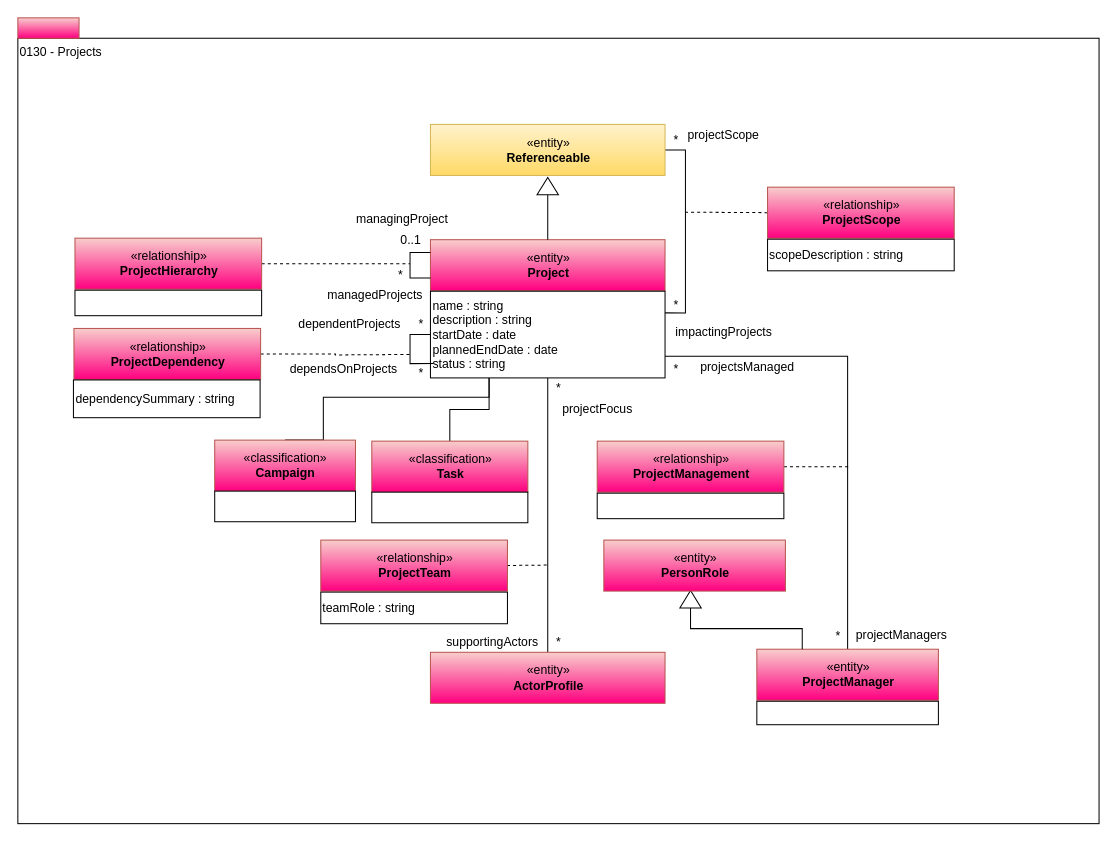
Above: page "0130-Projects" (7 of 13) of open-metadata-publication/website/open-metadata-types/area-1-collaboration.drawio in planetf1/egeria (draw.io), before the change. Source tidied: cells renumbered, new cells numbered last; positions are measured from the earlier drawing's top-left corner, leaving out a move shared by most shapes. Both pictures are drawn from the tidied source at 102%, with x=0, y=0 at pixel (17, 17).
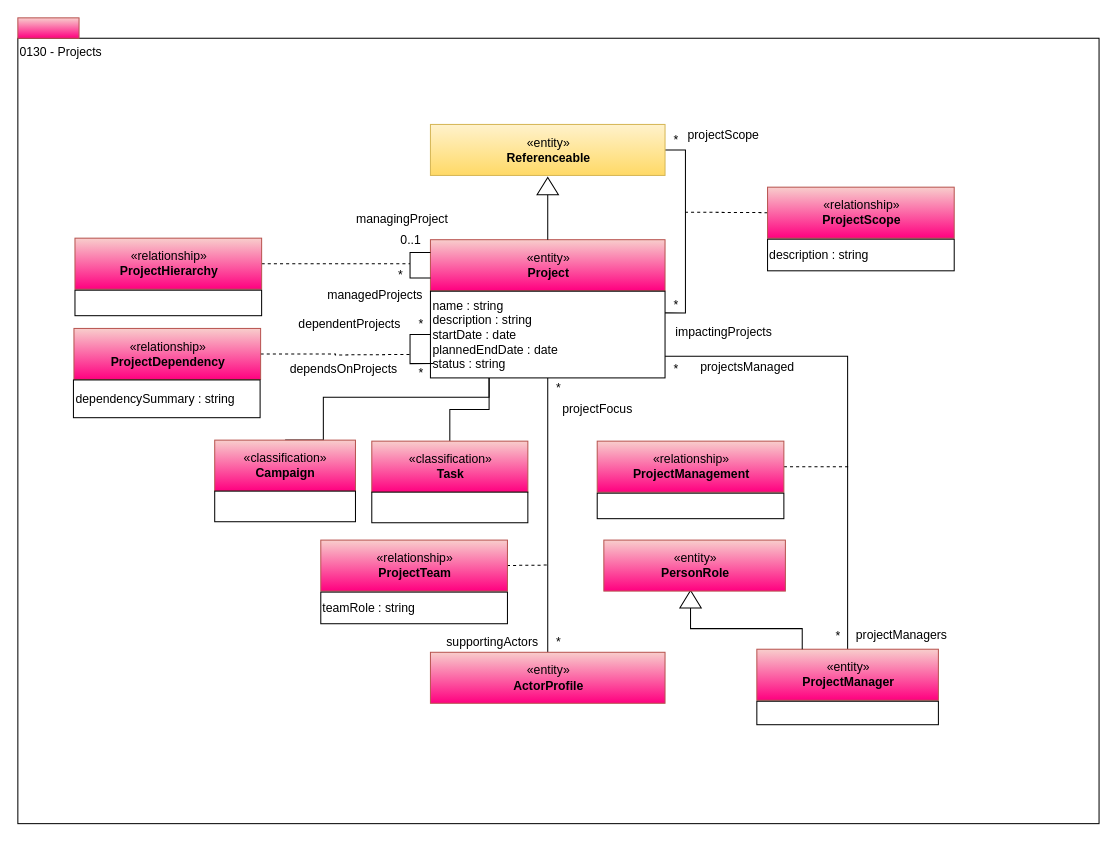
The same diagram, later.

The edit, as a diff of the source:
```diff
@@
-    <mxCell id="19" value="scopeDescription : string" style="rounded=0;whiteSpace=wrap;html=1;strokeColor=#000000;gradientColor=#ffffff;align=left;" parent="1" vertex="1">
+    <mxCell id="19" value="description : string" style="rounded=0;whiteSpace=wrap;html=1;strokeColor=#000000;gradientColor=#ffffff;align=left;" parent="1" vertex="1">
       <mxGeometry x="735" y="217" width="183" height="31" as="geometry" />
     </mxCell>
```
